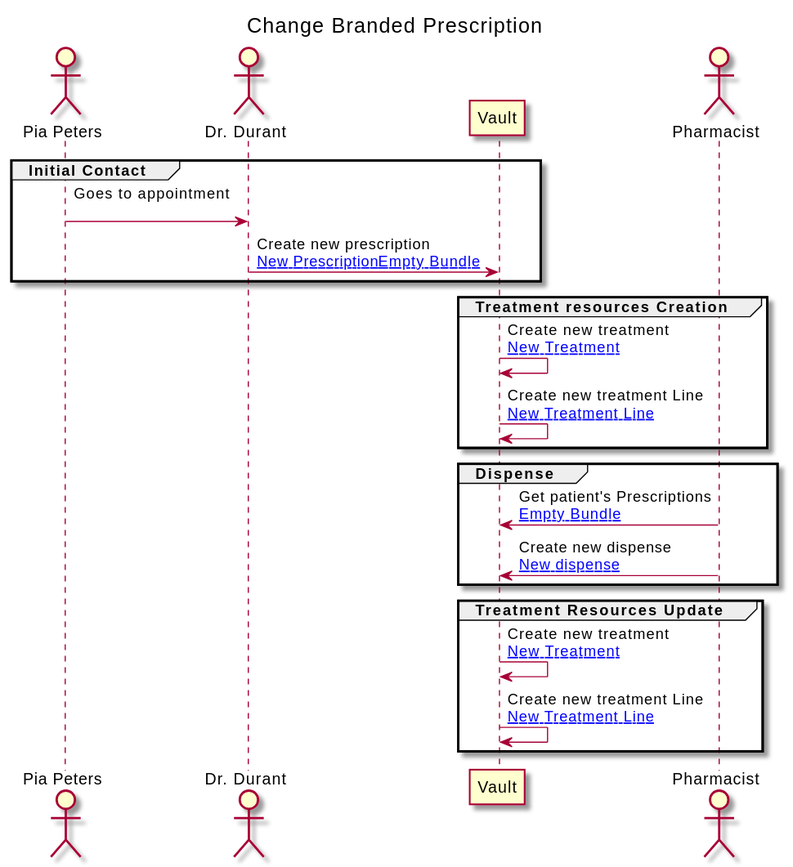
The PlantUML diagram branches/master/ExampleScenario-example-1-scenario.svg in JensPenny/medication-record, before a commit.
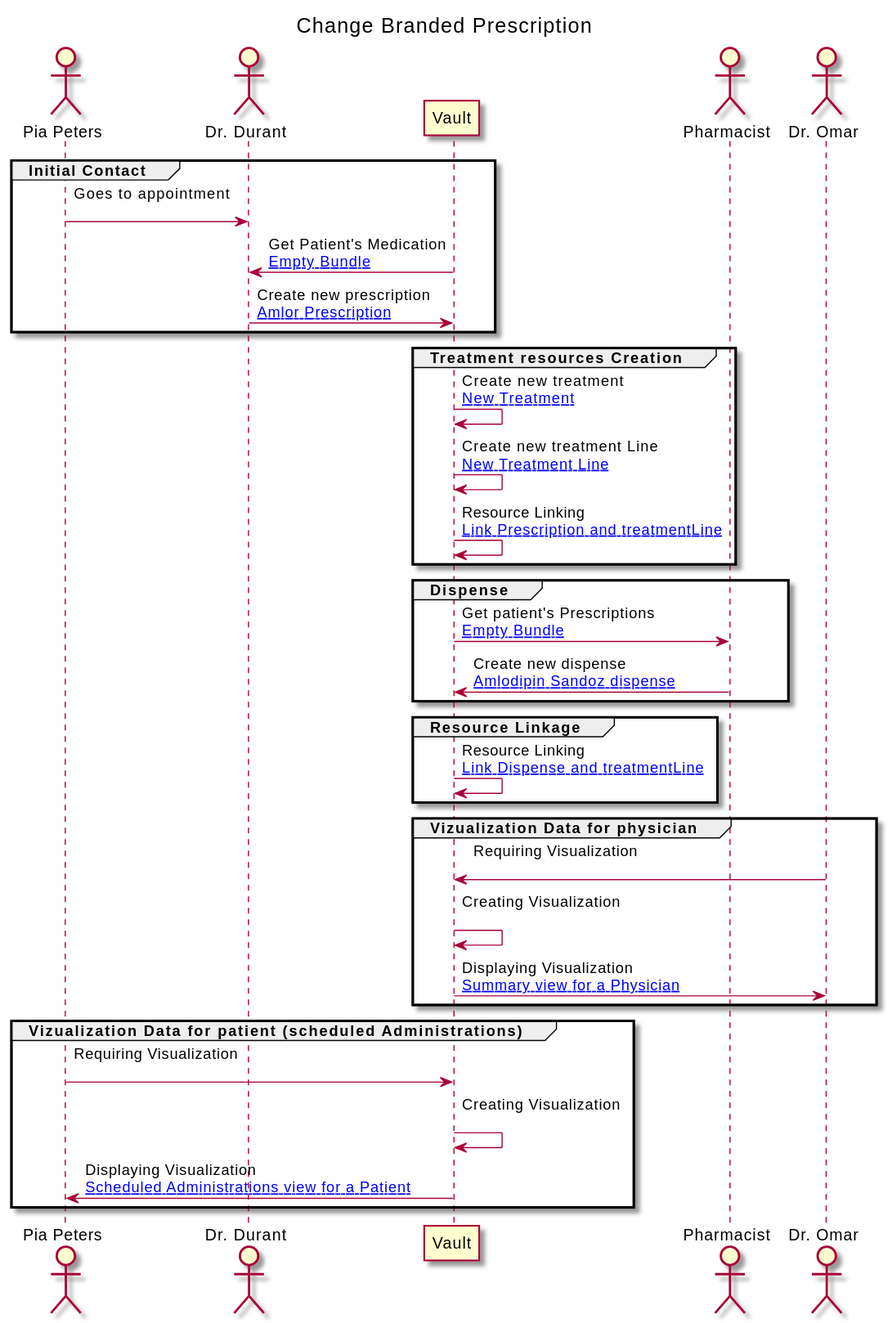
After the commit.

What changed in the source:
```diff
@@ -7,6 +7,7 @@
 actor "Dr. Durant" as GP
 participant "Vault" as VAULT
 actor "Pharmacist" as PHARM
+actor "Dr. Omar" as GP2
 
 
 
@@ -16,25 +17,40 @@
 group Initial Contact
 
 PATIENT -> GP : Goes to appointment\n
-GP -> VAULT : Create new prescription\n[[ExampleScenario-example-1-scenario-resources.html#1-prescription New Prescription]][[ExampleScenario-example-1-scenario-resources.html#EB Empty Bundle]]
+VAULT -> GP : Get Patient's Medication\n[[ExampleScenario-example-1-scenario-resources.html#EB Empty Bundle]]
+GP -> VAULT : Create new prescription\n[[ExampleScenario-example-1-scenario-resources.html#1-prescription Amlor Prescription]]
 end
 
 group Treatment resources Creation
 
 VAULT -> VAULT : Create new treatment\n[[ExampleScenario-example-1-scenario-resources.html#1-treatment New Treatment]]
 VAULT -> VAULT : Create new treatment Line\n[[ExampleScenario-example-1-scenario-resources.html#1-treatmentLine New Treatment Line]]
+VAULT -> VAULT : Resource Linking\n[[ExampleScenario-example-1-scenario-resources.html#1-1-provenance Link Prescription and treatmentLine]]
 end
 
 group Dispense
 
-PHARM -> VAULT : Get patient's Prescriptions\n[[ExampleScenario-example-1-scenario-resources.html#EB Empty Bundle]]
-PHARM -> VAULT : Create new dispense\n[[ExampleScenario-example-1-scenario-resources.html#1-dispense New dispense]]
+VAULT -> PHARM : Get patient's Prescriptions\n[[ExampleScenario-example-1-scenario-resources.html#EB Empty Bundle]]
+PHARM -> VAULT : Create new dispense\n[[ExampleScenario-example-1-scenario-resources.html#1-dispense Amlodipin Sandoz dispense]]
 end
 
-group Treatment Resources Update
+group Resource Linkage
 
-VAULT -> VAULT : Create new treatment\n[[ExampleScenario-example-1-scenario-resources.html#1-treatment New Treatment]]
-VAULT -> VAULT : Create new treatment Line\n[[ExampleScenario-example-1-scenario-resources.html#1-treatmentLine New Treatment Line]]
+VAULT -> VAULT : Resource Linking\n[[ExampleScenario-example-1-scenario-resources.html#1-2-provenance Link Dispense and treatmentLine]]
+end
+
+group Vizualization Data for physician
+
+GP2 -> VAULT : Requiring Visualization\n
+VAULT -> VAULT : Creating Visualization\n
+VAULT -> GP2 : Displaying Visualization\n[[ExampleScenario-example-1-scenario-resources.html#1-summary-view Summary view for a Physician]]
+end
+
+group Vizualization Data for patient (scheduled Administrations)
+
+PATIENT -> VAULT : Requiring Visualization\n
+VAULT -> VAULT : Creating Visualization\n
+VAULT -> PATIENT : Displaying Visualization\n[[ExampleScenario-example-1-scenario-resources.html#1-scheduled-view Scheduled Administrations view for a Patient]]
 end
 
 
```
